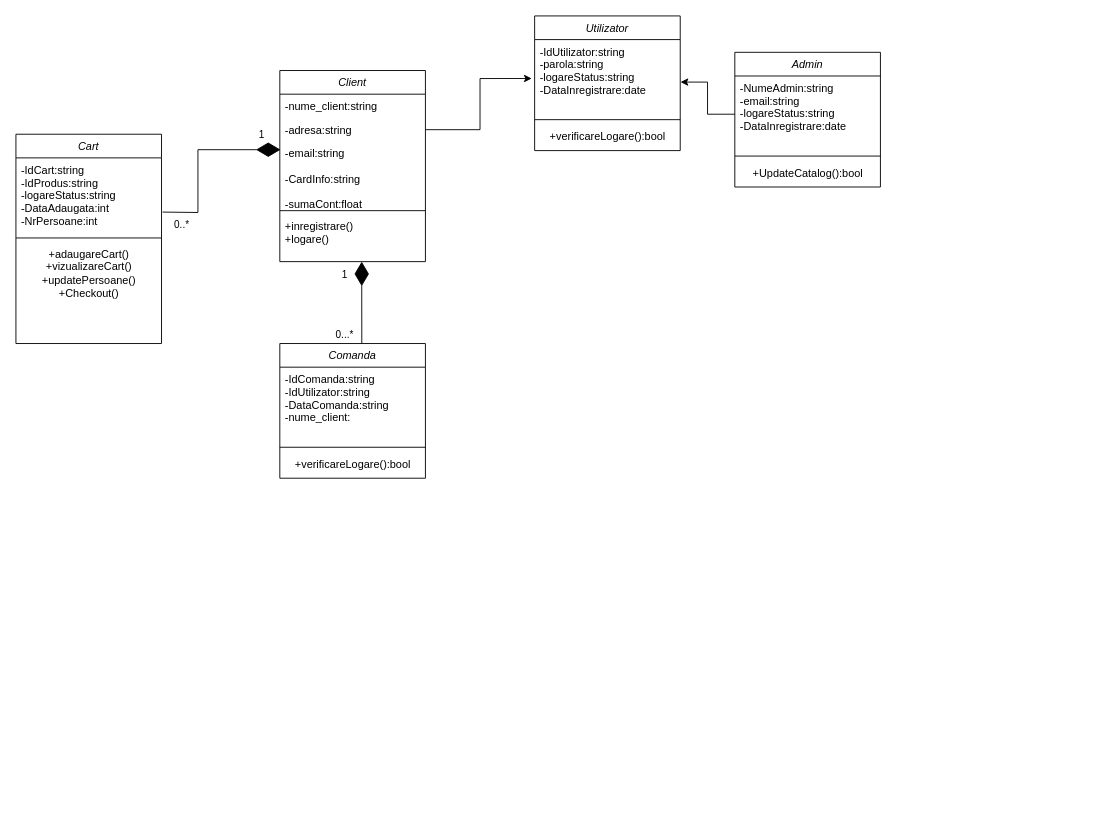
Earlier version of the draw.io diagram Diagramă fără titlu.drawio (Flavius-dev911/proiect-java). Source tidied: cells renumbered, new cells numbered last; positions are measured from the earlier drawing's top-left corner, leaving out a move shared by most shapes. Both pictures are drawn from the tidied source at 91%, with x=0, y=0 at pixel (15, 15).
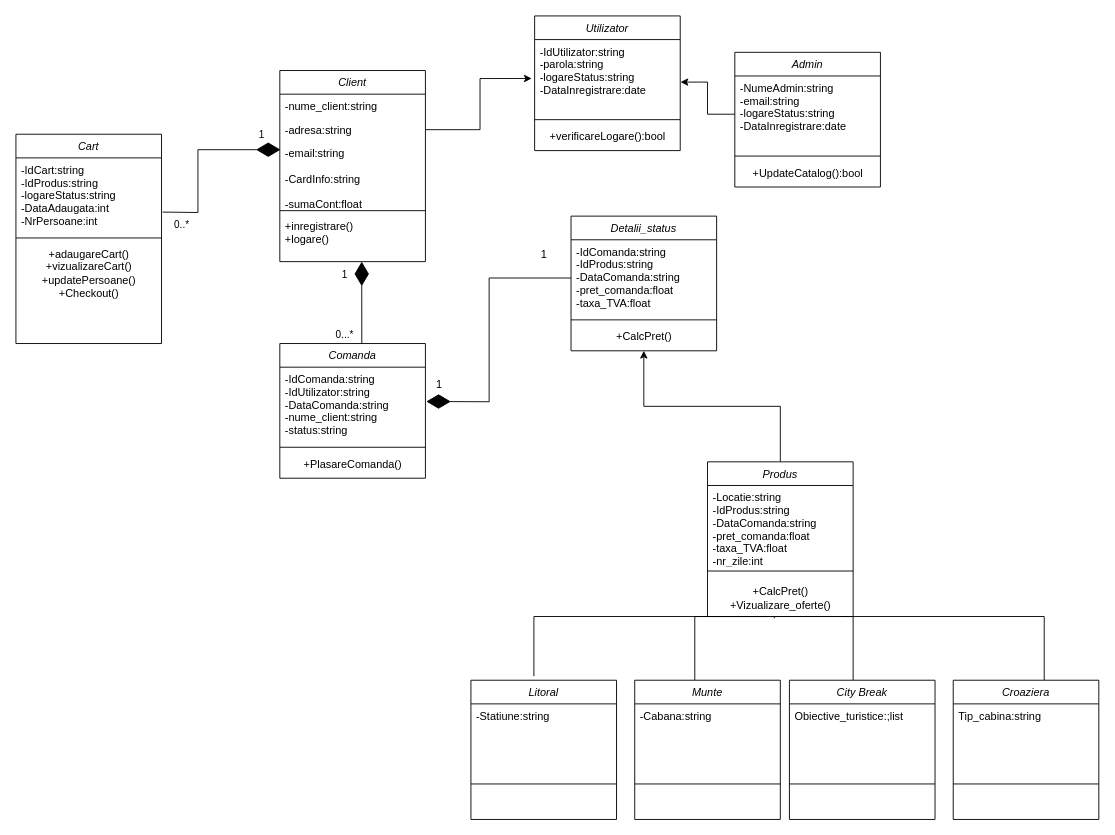
After the change.

The change refers to these unchanged cells:
```xml
<mxCell id="18" value="Comanda" style="swimlane;fontStyle=2;align=center;verticalAlign=top;horizontal=1;startSize=26;rounded=0;shadow=0;strokeWidth=1;" parent="1" vertex="1">
  <mxGeometry x="290" y="360" width="160" height="148" as="geometry" />
</mxCell>
```

The edit, as a diff of the source:
```diff
@@
-    <mxCell id="19" value="-IdComanda:string&#10;-IdUtilizator:string&#10;-DataComanda:string&#10;-nume_client:&#10;" style="text;align=left;verticalAlign=top;spacingLeft=4;spacingRight=4;overflow=hidden;points=[[0,0.5],[1,0.5]];portConstraint=eastwest;rounded=0;shadow=0;html=0;" parent="18" vertex="1">
+    <mxCell id="19" value="-IdComanda:string&#10;-IdUtilizator:string&#10;-DataComanda:string&#10;-nume_client:string&#10;-status:string&#10;&#10;" style="text;align=left;verticalAlign=top;spacingLeft=4;spacingRight=4;overflow=hidden;points=[[0,0.5],[1,0.5]];portConstraint=eastwest;rounded=0;shadow=0;html=0;" parent="18" vertex="1">
       <mxGeometry y="26" width="160" height="84" as="geometry" />
     </mxCell>
@@
-    <mxCell id="21" value="+verificareLogare():bool" style="text;html=1;align=center;verticalAlign=middle;strokeColor=none;fillColor=none;" parent="18" vertex="1">
+    <mxCell id="21" value="+PlasareComanda()" style="text;html=1;align=center;verticalAlign=middle;strokeColor=none;fillColor=none;" parent="18" vertex="1">
       <mxGeometry y="118" width="160" height="30" as="geometry" />
     </mxCell>
@@
+    <mxCell id="32" value="Detalii_status" style="swimlane;fontStyle=2;align=center;verticalAlign=top;horizontal=1;startSize=26;rounded=0;shadow=0;strokeWidth=1;" parent="1" vertex="1">
+      <mxGeometry x="610" y="220" width="160" height="148" as="geometry" />
+    </mxCell>
+    <mxCell id="33" value="-IdComanda:string&#10;-IdProdus:string&#10;-DataComanda:string&#10;-pret_comanda:float&#10;-taxa_TVA:float&#10;&#10;" style="text;align=left;verticalAlign=top;spacingLeft=4;spacingRight=4;overflow=hidden;points=[[0,0.5],[1,0.5]];portConstraint=eastwest;rounded=0;shadow=0;html=0;" parent="32" vertex="1">
+      <mxGeometry y="26" width="160" height="84" as="geometry" />
+    </mxCell>
+    <mxCell id="34" style="line;html=1;strokeWidth=1;align=left;verticalAlign=middle;spacingTop=-1;spacingLeft=3;spacingRight=3;labelPosition=right;" parent="32" vertex="1">
+      <mxGeometry y="110" width="160" height="8" as="geometry" />
+    </mxCell>
+    <mxCell id="35" value="+CalcPret()" style="text;html=1;align=center;verticalAlign=middle;points=[];strokeColor=none;fillColor=none;" parent="32" vertex="1">
+      <mxGeometry y="118" width="160" height="30" as="geometry" />
+    </mxCell>
+    <mxCell id="36" style="endArrow=diamondThin;endFill=1;endSize=24;html=1;rounded=0;entryX=1.006;entryY=0.449;entryDx=0;entryDy=0;entryPerimeter=0;exitX=0;exitY=0.5;exitDx=0;exitDy=0;" parent="1" edge="1" source="33" target="19">
+      <mxGeometry relative="1" as="geometry">
+        <Array as="points">
+          <mxPoint x="520" y="288" />
+          <mxPoint x="520" y="424" />
+        </Array>
+      </mxGeometry>
+    </mxCell>
+    <mxCell id="37" style="edgeStyle=orthogonalEdgeStyle;rounded=0;jettySize=auto;html=1;" parent="1" edge="1" source="38" target="35">
+      <mxGeometry relative="1" as="geometry" />
+    </mxCell>
+    <mxCell id="38" value="Produs" style="swimlane;fontStyle=2;align=center;verticalAlign=top;horizontal=1;startSize=26;rounded=0;shadow=0;strokeWidth=1;" parent="1" vertex="1">
+      <mxGeometry x="760" y="490" width="160" height="170" as="geometry" />
+    </mxCell>
+    <mxCell id="39" value="-Locatie:string&#10;-IdProdus:string&#10;-DataComanda:string&#10;-pret_comanda:float&#10;-taxa_TVA:float&#10;-nr_zile:int&#10;&#10;&#10;" style="text;align=left;verticalAlign=top;spacingLeft=4;spacingRight=4;overflow=hidden;rounded=0;shadow=0;html=0;" parent="38" vertex="1">
+      <mxGeometry y="26" width="160" height="84" as="geometry" />
+    </mxCell>
+    <mxCell id="40" style="line;html=1;strokeWidth=1;align=left;verticalAlign=middle;spacingTop=-1;spacingLeft=3;spacingRight=3;labelPosition=right;" parent="38" vertex="1">
+      <mxGeometry y="110" width="160" height="20" as="geometry" />
+    </mxCell>
+    <mxCell id="41" value="+CalcPret()&lt;br&gt;+Vizualizare_oferte()" style="text;html=1;align=center;verticalAlign=middle;points=[];strokeColor=none;fillColor=none;" parent="38" vertex="1">
+      <mxGeometry y="130" width="160" height="40" as="geometry" />
+    </mxCell>
+    <mxCell id="42" value="1" style="text;html=1;align=center;verticalAlign=middle;strokeColor=none;fillColor=none;" parent="1" vertex="1">
+      <mxGeometry x="450" y="390" width="30" height="30" as="geometry" />
+    </mxCell>
+    <mxCell id="43" value="1" style="text;html=1;align=center;verticalAlign=middle;strokeColor=none;fillColor=none;" parent="1" vertex="1">
+      <mxGeometry x="565" y="248" width="30" height="30" as="geometry" />
+    </mxCell>
+    <mxCell id="44" style="endArrow=none;html=1;edgeStyle=orthogonalEdgeStyle;rounded=0;entryX=0.459;entryY=1.048;entryDx=0;entryDy=0;entryPerimeter=0;exitX=0.495;exitY=-0.03;exitDx=0;exitDy=0;exitPerimeter=0;" parent="1" edge="1" target="41">
+      <mxGeometry relative="1" as="geometry">
+        <mxPoint x="569.2" y="725.6" as="sourcePoint" />
+        <Array as="points">
+          <mxPoint x="569" y="660" />
+          <mxPoint x="833" y="660" />
+        </Array>
+      </mxGeometry>
+    </mxCell>
+    <mxCell id="45" style="endArrow=none;html=1;edgeStyle=orthogonalEdgeStyle;rounded=0;exitX=0.495;exitY=-0.03;exitDx=0;exitDy=0;exitPerimeter=0;" parent="1" edge="1">
+      <mxGeometry relative="1" as="geometry">
+        <mxPoint x="746" y="730" as="sourcePoint" />
+        <mxPoint x="830" y="660" as="targetPoint" />
+        <Array as="points">
+          <mxPoint x="746" y="660" />
+        </Array>
+      </mxGeometry>
+    </mxCell>
+    <mxCell id="46" style="endArrow=none;html=1;edgeStyle=orthogonalEdgeStyle;rounded=0;exitX=0.495;exitY=-0.03;exitDx=0;exitDy=0;exitPerimeter=0;" parent="1" edge="1">
+      <mxGeometry relative="1" as="geometry">
+        <mxPoint x="920" y="730" as="sourcePoint" />
+        <mxPoint x="830" y="660" as="targetPoint" />
+        <Array as="points">
+          <mxPoint x="920" y="660" />
+        </Array>
+      </mxGeometry>
+    </mxCell>
+    <mxCell id="47" style="endArrow=none;html=1;edgeStyle=orthogonalEdgeStyle;rounded=0;exitX=0.495;exitY=-0.03;exitDx=0;exitDy=0;exitPerimeter=0;" parent="1" edge="1">
+      <mxGeometry relative="1" as="geometry">
+        <mxPoint x="1130" y="730" as="sourcePoint" />
+        <mxPoint x="910" y="660" as="targetPoint" />
+        <Array as="points">
+          <mxPoint x="1130" y="660" />
+        </Array>
+      </mxGeometry>
+    </mxCell>
+    <mxCell id="48" value="Litoral" style="swimlane;fontStyle=2;align=center;verticalAlign=top;horizontal=1;startSize=26;rounded=0;shadow=0;strokeWidth=1;" parent="1" vertex="1">
+      <mxGeometry x="500" y="730" width="160" height="153" as="geometry" />
+    </mxCell>
+    <mxCell id="49" value="-Statiune:string" style="text;align=left;verticalAlign=top;spacingLeft=4;spacingRight=4;overflow=hidden;rounded=0;shadow=0;html=0;" parent="48" vertex="1">
+      <mxGeometry y="26" width="160" height="84" as="geometry" />
+    </mxCell>
+    <mxCell id="50" style="line;html=1;strokeWidth=1;align=left;verticalAlign=middle;spacingTop=-1;spacingLeft=3;spacingRight=3;labelPosition=right;" parent="48" vertex="1">
+      <mxGeometry y="110" width="160" height="8" as="geometry" />
+    </mxCell>
+    <mxCell id="51" value="Munte" style="swimlane;fontStyle=2;align=center;verticalAlign=top;horizontal=1;startSize=26;rounded=0;shadow=0;strokeWidth=1;" parent="1" vertex="1">
+      <mxGeometry x="680" y="730" width="160" height="153" as="geometry" />
+    </mxCell>
+    <mxCell id="52" value="-Cabana:string&#10;" style="text;align=left;verticalAlign=top;spacingLeft=4;spacingRight=4;overflow=hidden;rounded=0;shadow=0;html=0;" parent="51" vertex="1">
+      <mxGeometry y="26" width="160" height="84" as="geometry" />
+    </mxCell>
+    <mxCell id="53" style="line;html=1;strokeWidth=1;align=left;verticalAlign=middle;spacingTop=-1;spacingLeft=3;spacingRight=3;labelPosition=right;" parent="51" vertex="1">
+      <mxGeometry y="110" width="160" height="8" as="geometry" />
+    </mxCell>
+    <mxCell id="54" value="City Break" style="swimlane;fontStyle=2;align=center;verticalAlign=top;horizontal=1;startSize=26;rounded=0;shadow=0;strokeWidth=1;" parent="1" vertex="1">
+      <mxGeometry x="850" y="730" width="160" height="153" as="geometry" />
+    </mxCell>
+    <mxCell id="55" value="Obiective_turistice:;list" style="text;align=left;verticalAlign=top;spacingLeft=4;spacingRight=4;overflow=hidden;rounded=0;shadow=0;html=0;" parent="54" vertex="1">
+      <mxGeometry y="26" width="160" height="84" as="geometry" />
+    </mxCell>
+    <mxCell id="56" style="line;html=1;strokeWidth=1;align=left;verticalAlign=middle;spacingTop=-1;spacingLeft=3;spacingRight=3;labelPosition=right;" parent="54" vertex="1">
+      <mxGeometry y="110" width="160" height="8" as="geometry" />
+    </mxCell>
+    <mxCell id="57" value="Croaziera" style="swimlane;fontStyle=2;align=center;verticalAlign=top;horizontal=1;startSize=26;rounded=0;shadow=0;strokeWidth=1;" parent="1" vertex="1">
+      <mxGeometry x="1030" y="730" width="160" height="153" as="geometry" />
+    </mxCell>
+    <mxCell id="58" value="Tip_cabina:string" style="text;align=left;verticalAlign=top;spacingLeft=4;spacingRight=4;overflow=hidden;rounded=0;shadow=0;html=0;" parent="57" vertex="1">
+      <mxGeometry y="26" width="160" height="84" as="geometry" />
+    </mxCell>
+    <mxCell id="59" style="line;html=1;strokeWidth=1;align=left;verticalAlign=middle;spacingTop=-1;spacingLeft=3;spacingRight=3;labelPosition=right;" parent="57" vertex="1">
+      <mxGeometry y="110" width="160" height="8" as="geometry" />
+    </mxCell>
```
